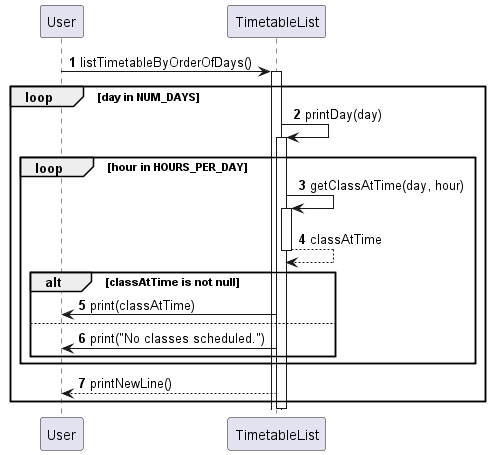
Earlier version of the PlantUML export docs/diagrams/sequencediagram/ViewTimeTable.png (nyh3/tp). Source of this version:
```plantuml
@startuml

autonumber
participant "User" as user
participant "TimetableList" as timetableList

user -> timetableList: listTimetableByOrderOfDays()
activate timetableList

loop day in NUM_DAYS
    timetableList -> timetableList: printDay(day)
    activate timetableList

    loop hour in HOURS_PER_DAY
        timetableList -> timetableList: getClassAtTime(day, hour)
        activate timetableList
        timetableList --> timetableList: classAtTime
        deactivate timetableList

        alt classAtTime is not null
            timetableList -> user: print(classAtTime)
        else
            timetableList -> user: print("No classes scheduled.")
        end
    end loop

    timetableList --> user: printNewLine()
end loop

deactivate timetableList

@enduml
```
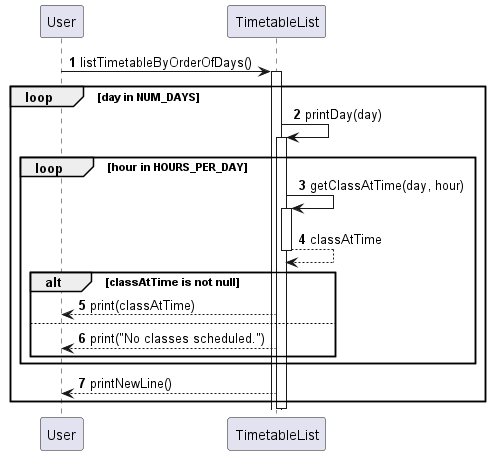
The same file after the commit.

Diff of the diagram source:
```diff
@@ -18,9 +18,9 @@
         deactivate timetableList
 
         alt classAtTime is not null
-            timetableList -> user: print(classAtTime)
+            timetableList --> user: print(classAtTime)
         else
-            timetableList -> user: print("No classes scheduled.")
+            timetableList --> user: print("No classes scheduled.")
         end
     end loop
 
```
